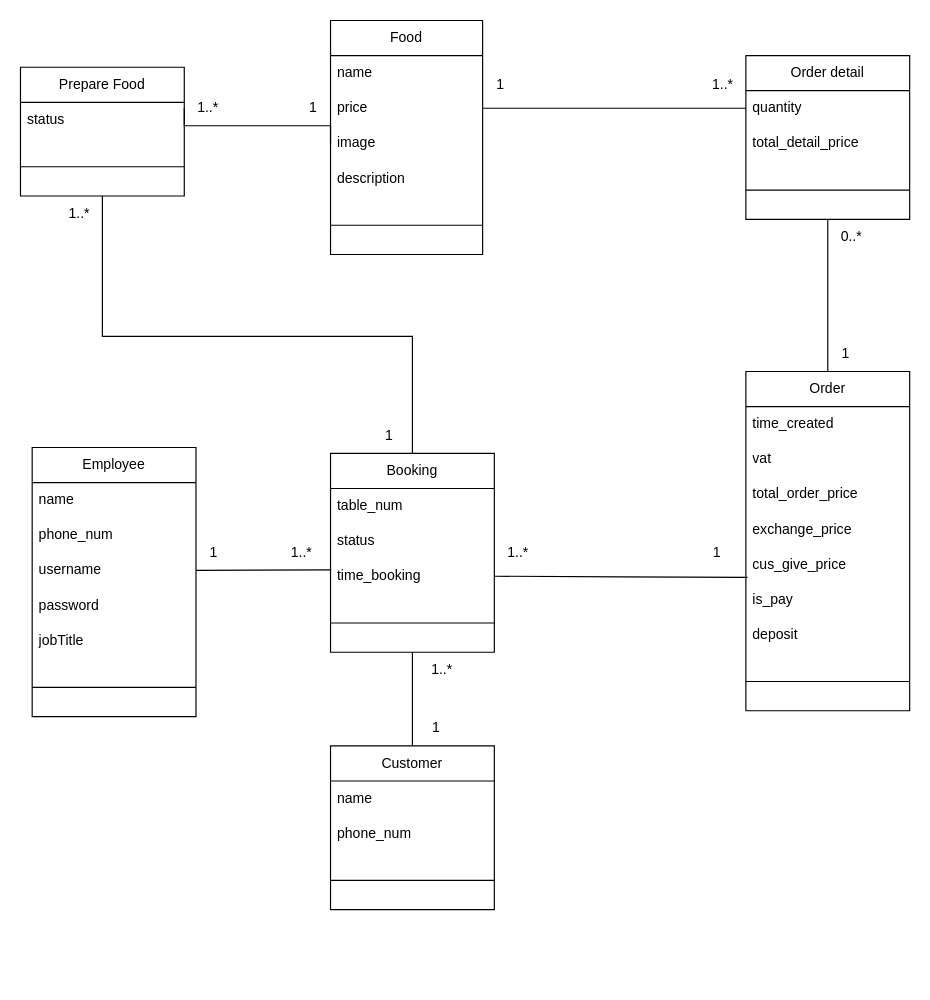
Before: class-diagram.drawio in MaiNhatHoangY2001/HLFood, a draw.io diagram. Source tidied: cells renumbered, new cells numbered last; positions are measured from the earlier drawing's top-left corner, leaving out a move shared by most shapes. Both pictures are drawn from the tidied source at 117%, with x=0, y=0 at pixel (20, 20).
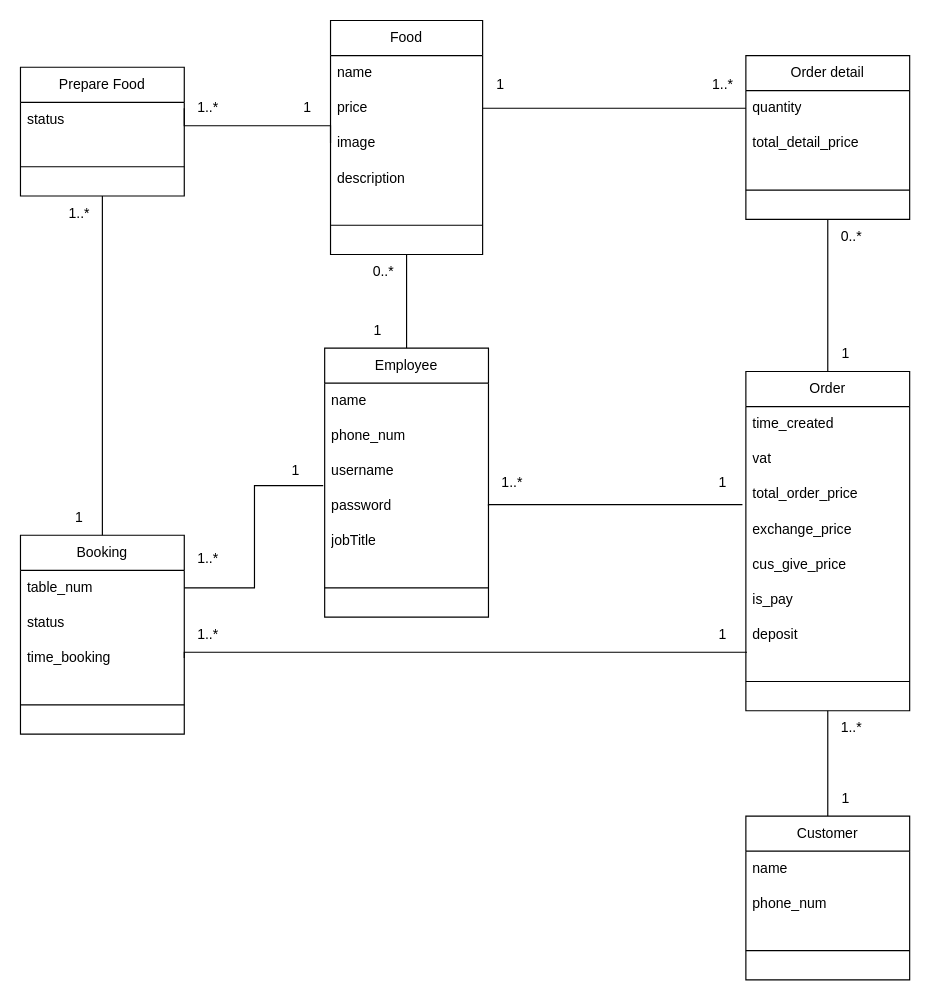
After the change.

Commit message:
Cập nhật class-diagram.drawio

Unchanged cells that the change refers to:
```xml
<mxCell id="5" value="username" style="text;strokeColor=none;fillColor=none;align=left;verticalAlign=middle;spacingLeft=4;spacingRight=4;overflow=hidden;points=[[0,0.5],[1,0.5]];portConstraint=eastwest;whiteSpace=wrap;html=1;" parent="2" vertex="1">
  <mxGeometry y="90" width="140" height="30" as="geometry" />
</mxCell>
<mxCell id="6" value="password" style="text;strokeColor=none;fillColor=none;align=left;verticalAlign=middle;spacingLeft=4;spacingRight=4;overflow=hidden;points=[[0,0.5],[1,0.5]];portConstraint=eastwest;whiteSpace=wrap;html=1;" parent="2" vertex="1">
  <mxGeometry y="120" width="140" height="30" as="geometry" />
</mxCell>
<mxCell id="9" value="Food" style="swimlane;fontStyle=0;horizontal=1;startSize=30;whiteSpace=wrap;html=1;" parent="1" vertex="1">
  <mxGeometry x="265" width="130" height="200" as="geometry" />
</mxCell>
<mxCell id="15" value="Order" style="swimlane;fontStyle=0;horizontal=1;startSize=30;whiteSpace=wrap;html=1;" parent="1" vertex="1">
  <mxGeometry x="620" y="300" width="140" height="290" as="geometry" />
</mxCell>
<mxCell id="18" value="total_order_price" style="text;strokeColor=none;fillColor=none;align=left;verticalAlign=middle;spacingLeft=4;spacingRight=4;overflow=hidden;points=[[0,0.5],[1,0.5]];portConstraint=eastwest;whiteSpace=wrap;html=1;" parent="15" vertex="1">
  <mxGeometry y="90" width="140" height="30" as="geometry" />
</mxCell>
<mxCell id="20" value="cus_give_price" style="text;strokeColor=none;fillColor=none;align=left;verticalAlign=middle;spacingLeft=4;spacingRight=4;overflow=hidden;points=[[0,0.5],[1,0.5]];portConstraint=eastwest;whiteSpace=wrap;html=1;" parent="15" vertex="1">
  <mxGeometry y="150" width="140" height="30" as="geometry" />
</mxCell>
<mxCell id="32" value="table_num" style="text;strokeColor=none;fillColor=none;align=left;verticalAlign=middle;spacingLeft=4;spacingRight=4;overflow=hidden;points=[[0,0.5],[1,0.5]];portConstraint=eastwest;whiteSpace=wrap;html=1;" parent="31" vertex="1">
  <mxGeometry y="30" width="140" height="30" as="geometry" />
</mxCell>
<mxCell id="34" value="time_booking" style="text;strokeColor=none;fillColor=none;align=left;verticalAlign=middle;spacingLeft=4;spacingRight=4;overflow=hidden;points=[[0,0.5],[1,0.5]];portConstraint=eastwest;whiteSpace=wrap;html=1;" parent="31" vertex="1">
  <mxGeometry y="90" width="140" height="30" as="geometry" />
</mxCell>
<mxCell id="43" value="Prepare Food" style="swimlane;fontStyle=0;horizontal=1;startSize=30;whiteSpace=wrap;html=1;" parent="1" vertex="1">
  <mxGeometry y="40" width="140" height="110" as="geometry" />
</mxCell>
```

Diff of the diagram source:
```diff
@@
     <mxCell id="2" value="Employee" style="swimlane;fontStyle=0;horizontal=1;startSize=30;whiteSpace=wrap;html=1;" parent="1" vertex="1">
-      <mxGeometry x="10" y="365" width="140" height="230" as="geometry" />
+      <mxGeometry x="260" y="280" width="140" height="230" as="geometry" />
     </mxCell>
@@
+    <mxCell id="61" style="edgeStyle=orthogonalEdgeStyle;rounded=0;jettySize=auto;html=1;exitX=0.5;exitY=1;exitDx=0;exitDy=0;endArrow=none;endFill=0;" parent="1" edge="1" source="9" target="2">
+      <mxGeometry relative="1" as="geometry" />
+    </mxCell>
@@
     <mxCell id="30" style="edgeStyle=orthogonalEdgeStyle;rounded=0;jettySize=auto;html=1;exitX=0.5;exitY=0;exitDx=0;exitDy=0;entryX=0.5;entryY=1;entryDx=0;entryDy=0;endArrow=none;endFill=0;" parent="1" edge="1" source="31" target="43">
       <mxGeometry relative="1" as="geometry">
         <Array as="points">
-          <mxPoint x="335" y="270" />
-          <mxPoint x="70" y="270" />
+          <mxPoint x="70" y="460" />
         </Array>
       </mxGeometry>
     </mxCell>
     <mxCell id="31" value="Booking" style="swimlane;fontStyle=0;horizontal=1;startSize=30;whiteSpace=wrap;html=1;" parent="1" vertex="1">
-      <mxGeometry x="265" y="370" width="140" height="170" as="geometry" />
+      <mxGeometry y="440" width="140" height="170" as="geometry" />
     </mxCell>
@@
-    <mxCell id="36" style="edgeStyle=orthogonalEdgeStyle;rounded=0;jettySize=auto;html=1;exitX=1;exitY=0.5;exitDx=0;exitDy=0;entryX=0.01;entryY=0.867;entryDx=0;entryDy=0;entryPerimeter=0;endArrow=none;endFill=0;" parent="1" edge="1" target="20">
+    <mxCell id="36" style="edgeStyle=orthogonalEdgeStyle;rounded=0;jettySize=auto;html=1;exitX=1;exitY=0.5;exitDx=0;exitDy=0;endArrow=none;endFill=0;" parent="1" edge="1" source="34">
       <mxGeometry relative="1" as="geometry">
-        <mxPoint x="405" y="475" as="sourcePoint" />
+        <mxPoint x="621" y="540" as="targetPoint" />
+        <Array as="points">
+          <mxPoint x="140" y="540" />
+        </Array>
       </mxGeometry>
     </mxCell>
-    <mxCell id="37" style="edgeStyle=orthogonalEdgeStyle;rounded=0;jettySize=auto;html=1;exitX=1;exitY=0.5;exitDx=0;exitDy=0;entryX=0.004;entryY=0.317;entryDx=0;entryDy=0;entryPerimeter=0;endArrow=none;endFill=0;" parent="1" edge="1" source="5">
-      <mxGeometry relative="1" as="geometry">
-        <mxPoint x="265.6" y="469.5" as="targetPoint" />
-      </mxGeometry>
-    </mxCell>
-    <mxCell id="38" style="edgeStyle=orthogonalEdgeStyle;rounded=0;jettySize=auto;html=1;exitX=0.5;exitY=0;exitDx=0;exitDy=0;entryX=0.5;entryY=1;entryDx=0;entryDy=0;endArrow=none;endFill=0;" parent="1" edge="1" source="39" target="31">
-      <mxGeometry relative="1" as="geometry" />
-    </mxCell>
+    <mxCell id="62" style="edgeStyle=orthogonalEdgeStyle;rounded=0;jettySize=auto;html=1;exitX=0.5;exitY=0;exitDx=0;exitDy=0;entryX=0.5;entryY=1;entryDx=0;entryDy=0;endArrow=none;endFill=0;" parent="1" edge="1" source="39" target="15">
+      <mxGeometry relative="1" as="geometry" />
+    </mxCell>
     <mxCell id="39" value="Customer" style="swimlane;fontStyle=0;horizontal=1;startSize=30;whiteSpace=wrap;html=1;" parent="1" vertex="1">
-      <mxGeometry x="265" y="620" width="140" height="140" as="geometry" />
+      <mxGeometry x="620" y="680" width="140" height="140" as="geometry" />
     </mxCell>
@@
     <mxCell id="51" value="1" style="text;html=1;align=center;verticalAlign=middle;strokeColor=none;fillColor=none;" parent="1" vertex="1">
-      <mxGeometry x="235" y="60" width="30" height="30" as="geometry" />
+      <mxGeometry x="230" y="60" width="30" height="30" as="geometry" />
     </mxCell>
@@
     <mxCell id="53" value="1" style="text;html=1;align=center;verticalAlign=middle;strokeColor=none;fillColor=none;" parent="1" vertex="1">
-      <mxGeometry x="300" y="340" width="30" height="30" as="geometry" />
+      <mxGeometry x="35" y="410" width="30" height="30" as="geometry" />
     </mxCell>
@@
     <mxCell id="55" value="1" style="text;html=1;align=center;verticalAlign=middle;strokeColor=none;fillColor=none;" parent="1" vertex="1">
-      <mxGeometry x="150" y="440" width="30" height="30" as="geometry" />
+      <mxGeometry x="585" y="510" width="30" height="30" as="geometry" />
     </mxCell>
     <mxCell id="56" value="1..*" style="text;html=1;align=center;verticalAlign=middle;strokeColor=none;fillColor=none;" parent="1" vertex="1">
-      <mxGeometry x="220" y="440" width="40" height="30" as="geometry" />
+      <mxGeometry x="140" y="510" width="40" height="30" as="geometry" />
     </mxCell>
     <mxCell id="57" value="1" style="text;html=1;align=center;verticalAlign=middle;strokeColor=none;fillColor=none;" parent="1" vertex="1">
-      <mxGeometry x="340" y="590" width="30" height="30" as="geometry" />
+      <mxGeometry x="690" y="650" width="30" height="30" as="geometry" />
     </mxCell>
     <mxCell id="58" value="1..*" style="text;html=1;align=center;verticalAlign=middle;strokeColor=none;fillColor=none;" parent="1" vertex="1">
-      <mxGeometry x="340" y="540" width="40" height="30" as="geometry" />
+      <mxGeometry x="690" y="590" width="40" height="30" as="geometry" />
     </mxCell>
     <mxCell id="59" value="1" style="text;html=1;align=center;verticalAlign=middle;strokeColor=none;fillColor=none;" parent="1" vertex="1">
-      <mxGeometry x="580" y="440" width="30" height="30" as="geometry" />
+      <mxGeometry x="585" y="380" width="30" height="30" as="geometry" />
     </mxCell>
     <mxCell id="60" value="1..*" style="text;html=1;align=center;verticalAlign=middle;strokeColor=none;fillColor=none;" parent="1" vertex="1">
-      <mxGeometry x="405" y="440" width="40" height="30" as="geometry" />
+      <mxGeometry x="400" y="380" width="40" height="30" as="geometry" />
     </mxCell>
+    <mxCell id="63" style="edgeStyle=orthogonalEdgeStyle;rounded=0;jettySize=auto;html=1;exitX=1;exitY=0.5;exitDx=0;exitDy=0;entryX=-0.021;entryY=0.793;entryDx=0;entryDy=0;entryPerimeter=0;endArrow=none;endFill=0;" parent="1" edge="1" source="6" target="18">
+      <mxGeometry relative="1" as="geometry">
+        <Array as="points">
+          <mxPoint x="400" y="414" />
+        </Array>
+      </mxGeometry>
+    </mxCell>
+    <mxCell id="64" style="edgeStyle=orthogonalEdgeStyle;rounded=0;jettySize=auto;html=1;exitX=1;exitY=0.5;exitDx=0;exitDy=0;entryX=-0.009;entryY=-0.081;entryDx=0;entryDy=0;entryPerimeter=0;endArrow=none;endFill=0;" parent="1" edge="1" source="32" target="6">
+      <mxGeometry relative="1" as="geometry" />
+    </mxCell>
+    <mxCell id="65" value="1" style="text;html=1;align=center;verticalAlign=middle;strokeColor=none;fillColor=none;" parent="1" vertex="1">
+      <mxGeometry x="220" y="370" width="30" height="30" as="geometry" />
+    </mxCell>
+    <mxCell id="66" value="1..*" style="text;html=1;align=center;verticalAlign=middle;strokeColor=none;fillColor=none;" parent="1" vertex="1">
+      <mxGeometry x="140" y="445" width="40" height="30" as="geometry" />
+    </mxCell>
+    <mxCell id="67" value="1" style="text;html=1;align=center;verticalAlign=middle;strokeColor=none;fillColor=none;" parent="1" vertex="1">
+      <mxGeometry x="290" y="250" width="30" height="30" as="geometry" />
+    </mxCell>
+    <mxCell id="68" value="0..*" style="text;html=1;align=center;verticalAlign=middle;strokeColor=none;fillColor=none;" parent="1" vertex="1">
+      <mxGeometry x="290" y="200" width="40" height="30" as="geometry" />
+    </mxCell>
```
